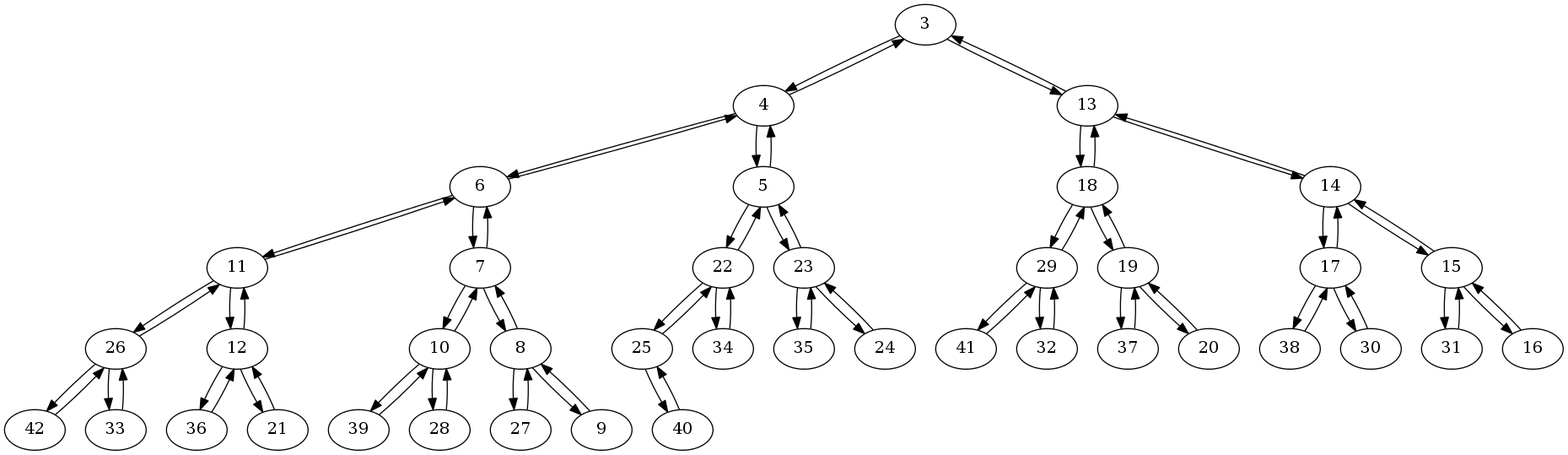
madsravn/datastructures keeps this Graphviz diagram as project1/graph.png. Above is the earlier version. Its source is kept beside it as project1/graph.dot.
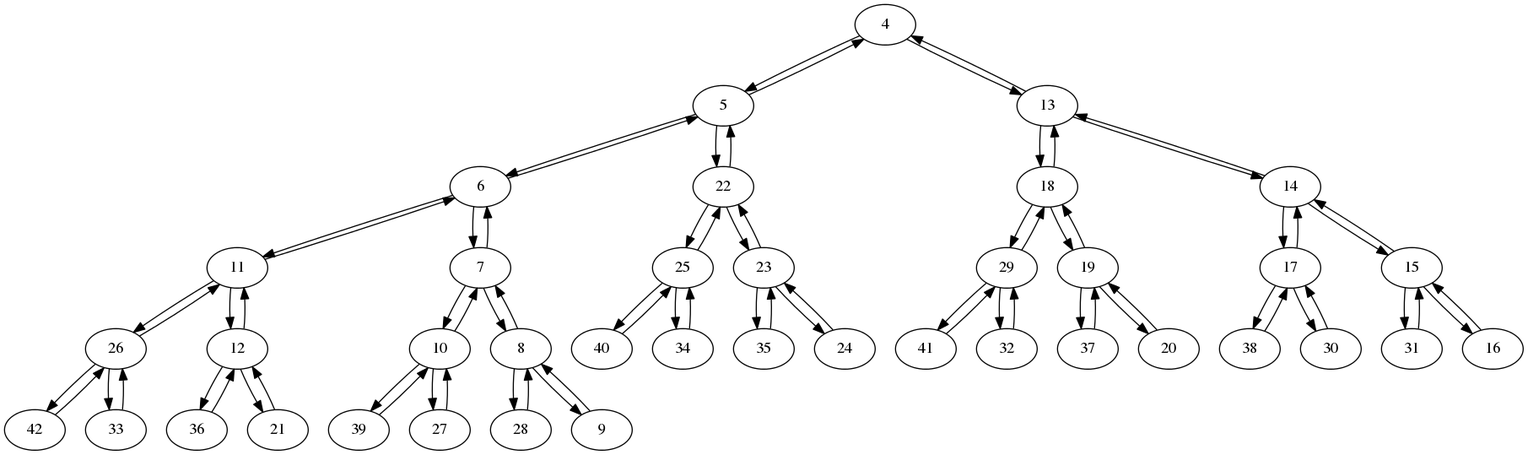
Later version of the same file.

What changed in the source:
```diff
@@ -1,7 +1,7 @@
 digraph G {
 
-3 -> 4
-4 -> 6
+4 -> 5
+5 -> 6
 6 -> 11
 11 -> 26
 26 -> 42
@@ -20,35 +20,33 @@
 7 -> 10
 10 -> 39
 39 -> 10
-10 -> 28
-28 -> 10
+10 -> 27
+27 -> 10
 10 -> 7
 7 -> 8
-8 -> 27
-27 -> 8
+8 -> 28
+28 -> 8
 8 -> 9
 9 -> 8
 8 -> 7
 7 -> 6
-6 -> 4
-4 -> 5
+6 -> 5
 5 -> 22
 22 -> 25
 25 -> 40
 40 -> 25
+25 -> 34
+34 -> 25
 25 -> 22
-22 -> 34
-34 -> 22
-22 -> 5
-5 -> 23
+22 -> 23
 23 -> 35
 35 -> 23
 23 -> 24
 24 -> 23
-23 -> 5
+23 -> 22
+22 -> 5
 5 -> 4
-4 -> 3
-3 -> 13
+4 -> 13
 13 -> 18
 18 -> 29
 29 -> 41
@@ -77,6 +75,6 @@
 16 -> 15
 15 -> 14
 14 -> 13
-13 -> 3
+13 -> 4
 
 }
```
